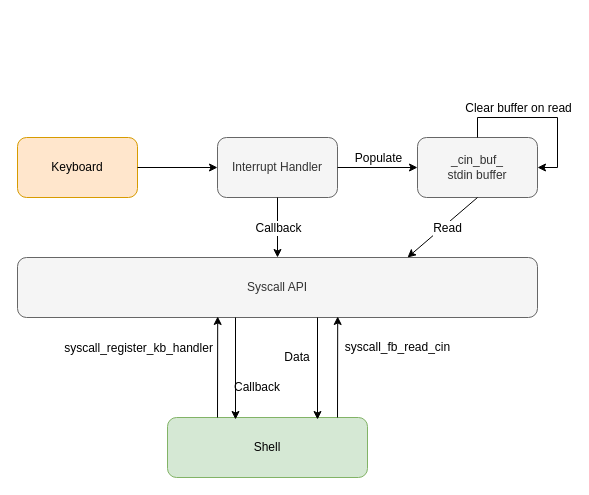
This is doc/Drafts/stdin.drawio from sandwichdoge/catchOS, a draw.io file, before an edit. Source tidied: cells renumbered, new cells numbered last; positions are measured from the earlier drawing's top-left corner, leaving out a move shared by most shapes. Both pictures are drawn from the tidied source at 100%, with x=0, y=0 at pixel (17, 137).
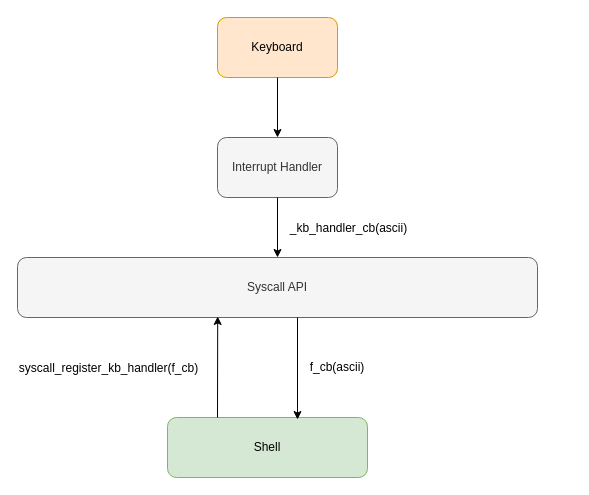
After the change.

Commit message (it also covers changes not shown here):
doc sequence diagram for correct block diagram for stdin

Unchanged cells that the change refers to:
```xml
<mxCell id="3" value="Interrupt Handler" style="rounded=1;whiteSpace=wrap;html=1;fillColor=#f5f5f5;strokeColor=#666666;fontColor=#333333;" parent="1" vertex="1">
  <mxGeometry x="200" width="120" height="60" as="geometry" />
</mxCell>
<mxCell id="5" value="Syscall API" style="rounded=1;whiteSpace=wrap;html=1;fillColor=#f5f5f5;strokeColor=#666666;fontColor=#333333;" parent="1" vertex="1">
  <mxGeometry y="120" width="520" height="60" as="geometry" />
</mxCell>
<mxCell id="6" value="Shell" style="rounded=1;whiteSpace=wrap;html=1;fillColor=#d5e8d4;strokeColor=#82b366;" parent="1" vertex="1">
  <mxGeometry x="150" y="280" width="200" height="60" as="geometry" />
</mxCell>
<mxCell id="7" style="endArrow=classic;html=1;entryX=0.385;entryY=0.983;entryDx=0;entryDy=0;exitX=0.25;exitY=0;exitDx=0;exitDy=0;entryPerimeter=0;" parent="1" edge="1" source="6" target="5">
  <mxGeometry relative="1" as="geometry" />
</mxCell>
<mxCell id="16" style="endArrow=classic;html=1;entryX=0.5;entryY=0;entryDx=0;entryDy=0;exitX=0.5;exitY=1;exitDx=0;exitDy=0;" parent="1" edge="1" source="3" target="5">
  <mxGeometry relative="1" as="geometry" />
</mxCell>
```

The edit, as a diff of the source:
```diff
@@
     <mxCell id="2" value="Keyboard" style="rounded=1;whiteSpace=wrap;html=1;fillColor=#ffe6cc;strokeColor=#d79b00;" parent="1" vertex="1">
-      <mxGeometry width="120" height="60" as="geometry" />
+      <mxGeometry x="200" y="-120" width="120" height="60" as="geometry" />
     </mxCell>
@@
-    <mxCell id="4" value="&lt;div&gt;_cin_buf_ &lt;br&gt;&lt;/div&gt;&lt;div&gt;stdin buffer&lt;/div&gt;" style="rounded=1;whiteSpace=wrap;html=1;fillColor=#f5f5f5;strokeColor=#666666;fontColor=#333333;" parent="1" vertex="1">
-      <mxGeometry x="400" width="120" height="60" as="geometry" />
-    </mxCell>
@@
-    <mxCell id="8" value="syscall_register_kb_handler" style="text;html=1;align=center;verticalAlign=middle;labelBackgroundColor=#ffffff;" parent="7" vertex="1">
+    <mxCell id="8" value="syscall_register_kb_handler(f_cb)" style="text;html=1;align=center;verticalAlign=middle;labelBackgroundColor=#ffffff;" parent="7" vertex="1">
       <mxGeometry x="0.33" y="-3" relative="1" as="geometry">
-        <mxPoint x="-83.1" y="-3" as="offset" />
+        <mxPoint x="-113.1" y="17" as="offset" />
       </mxGeometry>
     </mxCell>
-    <mxCell id="9" style="endArrow=classic;html=1;entryX=0.385;entryY=0.983;entryDx=0;entryDy=0;exitX=0.25;exitY=0;exitDx=0;exitDy=0;entryPerimeter=0;" parent="1" edge="1">
-      <mxGeometry relative="1" as="geometry">
-        <mxPoint x="320" y="280" as="sourcePoint" />
-        <mxPoint x="320.2" y="179" as="targetPoint" />
-      </mxGeometry>
-    </mxCell>
-    <mxCell id="10" value="syscall_fb_read_cin" style="text;html=1;align=center;verticalAlign=middle;labelBackgroundColor=#ffffff;" parent="9" vertex="1">
-      <mxGeometry x="-0.21" y="1" relative="1" as="geometry">
-        <mxPoint x="60.9" y="-30" as="offset" />
-      </mxGeometry>
-    </mxCell>
-    <mxCell id="11" style="endArrow=classic;html=1;entryX=0;entryY=0.5;entryDx=0;entryDy=0;exitX=1;exitY=0.5;exitDx=0;exitDy=0;" parent="1" edge="1" source="2" target="3">
+    <mxCell id="11" style="endArrow=classic;html=1;entryX=0.5;entryY=0;entryDx=0;entryDy=0;exitX=0.5;exitY=1;exitDx=0;exitDy=0;" parent="1" edge="1" source="2" target="3">
       <mxGeometry relative="1" as="geometry" />
     </mxCell>
-    <mxCell id="12" style="endArrow=classic;html=1;entryX=0;entryY=0.5;entryDx=0;entryDy=0;exitX=1;exitY=0.5;exitDx=0;exitDy=0;" parent="1" edge="1" source="3" target="4">
-      <mxGeometry relative="1" as="geometry" />
-    </mxCell>
-    <mxCell id="13" value="Populate" style="text;html=1;align=center;verticalAlign=middle;labelBackgroundColor=#ffffff;" parent="12" vertex="1">
-      <mxGeometry x="-0.47" y="2" relative="1" as="geometry">
-        <mxPoint x="19" y="-8" as="offset" />
-      </mxGeometry>
-    </mxCell>
-    <mxCell id="14" style="endArrow=classic;html=1;entryX=0.75;entryY=0;entryDx=0;entryDy=0;exitX=0.5;exitY=1;exitDx=0;exitDy=0;" parent="1" edge="1" source="4" target="5">
-      <mxGeometry relative="1" as="geometry" />
-    </mxCell>
-    <mxCell id="15" value="Read" style="text;html=1;align=center;verticalAlign=middle;labelBackgroundColor=#ffffff;" parent="14" vertex="1">
-      <mxGeometry x="-0.51" y="-1" relative="1" as="geometry">
-        <mxPoint x="-11.9" y="15.8" as="offset" />
-      </mxGeometry>
-    </mxCell>
@@
-    <mxCell id="17" value="Callback" style="text;html=1;align=center;verticalAlign=middle;labelBackgroundColor=#ffffff;" parent="16" vertex="1">
+    <mxCell id="17" value="_kb_handler_cb(ascii)" style="text;html=1;align=center;verticalAlign=middle;labelBackgroundColor=#ffffff;" parent="16" vertex="1">
       <mxGeometry x="-0.43" y="3" relative="1" as="geometry">
-        <mxPoint x="-3" y="13" as="offset" />
+        <mxPoint x="67" y="13" as="offset" />
       </mxGeometry>
     </mxCell>
-    <mxCell id="18" style="endArrow=classic;html=1;entryX=0.34;entryY=0.033;entryDx=0;entryDy=0;entryPerimeter=0;" parent="1" edge="1" target="6">
+    <mxCell id="18" style="endArrow=classic;html=1;entryX=0.34;entryY=0.033;entryDx=0;entryDy=0;entryPerimeter=0;" parent="1" edge="1">
       <mxGeometry relative="1" as="geometry">
-        <mxPoint x="218" y="180" as="sourcePoint" />
+        <mxPoint x="280" y="180" as="sourcePoint" />
+        <mxPoint x="280" y="282" as="targetPoint" />
       </mxGeometry>
     </mxCell>
-    <mxCell id="19" style="endArrow=classic;html=1;entryX=0.34;entryY=0.033;entryDx=0;entryDy=0;entryPerimeter=0;" parent="1" edge="1">
-      <mxGeometry relative="1" as="geometry">
-        <mxPoint x="300" y="180" as="sourcePoint" />
-        <mxPoint x="300" y="282" as="targetPoint" />
-      </mxGeometry>
-    </mxCell>
-    <mxCell id="20" value="Data" style="text;html=1;strokeColor=none;fillColor=none;align=center;verticalAlign=middle;whiteSpace=wrap;rounded=0;" parent="1" vertex="1">
-      <mxGeometry x="260" y="210" width="40" height="20" as="geometry" />
-    </mxCell>
-    <mxCell id="21" value="Callback" style="text;html=1;strokeColor=none;fillColor=none;align=center;verticalAlign=middle;whiteSpace=wrap;rounded=0;" parent="1" vertex="1">
-      <mxGeometry x="220" y="240" width="40" height="20" as="geometry" />
+    <mxCell id="21" value="f_cb(ascii)" style="text;html=1;strokeColor=none;fillColor=none;align=center;verticalAlign=middle;whiteSpace=wrap;rounded=0;" parent="1" vertex="1">
+      <mxGeometry x="280" y="220" width="80" height="20" as="geometry" />
     </mxCell>
-    <mxCell id="22" style="edgeStyle=orthogonalEdgeStyle;rounded=0;orthogonalLoop=1;jettySize=auto;html=1;exitX=0.5;exitY=0;exitDx=0;exitDy=0;entryX=1;entryY=0.5;entryDx=0;entryDy=0;" parent="1" edge="1" source="4" target="4">
-      <mxGeometry relative="1" as="geometry" />
-    </mxCell>
-    <mxCell id="23" value="Clear buffer on read" style="text;html=1;align=center;verticalAlign=middle;labelBackgroundColor=#ffffff;" parent="22" vertex="1">
-      <mxGeometry x="-0.13" y="-3" relative="1" as="geometry">
-        <mxPoint x="-14" y="-13" as="offset" />
-      </mxGeometry>
-    </mxCell>
```
